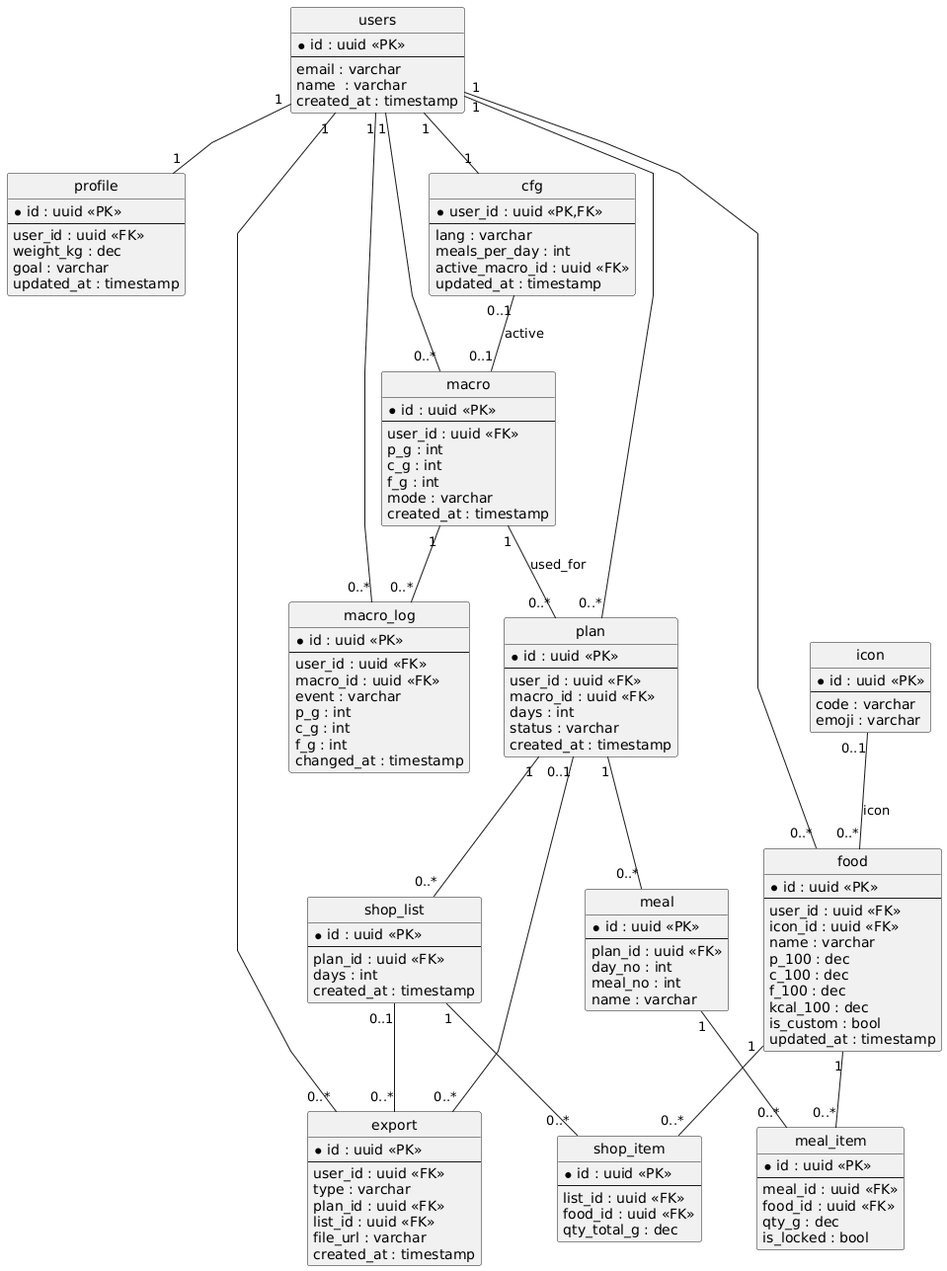
Earlier version of the PlantUML export docs/diagrams/erd.png (zlat1x/meal-planner). The source it was exported from:
```plantuml
@startuml
hide circle
skinparam shadowing false
skinparam linetype polyline
top to bottom direction

entity "users" as users {
  * id : uuid <<PK>>
  --
  email : varchar
  name  : varchar
  created_at : timestamp
}

entity "profile" as prof {
  * id : uuid <<PK>>
  --
  user_id : uuid <<FK>>
  weight_kg : dec
  goal : varchar
  updated_at : timestamp
}

entity "cfg" as cfg {
  * user_id : uuid <<PK,FK>>
  --
  lang : varchar
  meals_per_day : int
  active_macro_id : uuid <<FK>>
  updated_at : timestamp
}

entity "macro" as macro {
  * id : uuid <<PK>>
  --
  user_id : uuid <<FK>>
  p_g : int
  c_g : int
  f_g : int
  mode : varchar
  created_at : timestamp
}

entity "macro_log" as mlog {
  * id : uuid <<PK>>
  --
  user_id : uuid <<FK>>
  macro_id : uuid <<FK>>
  event : varchar
  p_g : int
  c_g : int
  f_g : int
  changed_at : timestamp
}

entity "icon" as icon {
  * id : uuid <<PK>>
  --
  code : varchar
  emoji : varchar
}

entity "food" as food {
  * id : uuid <<PK>>
  --
  user_id : uuid <<FK>>
  icon_id : uuid <<FK>>
  name : varchar
  p_100 : dec
  c_100 : dec
  f_100 : dec
  kcal_100 : dec
  is_custom : bool
  updated_at : timestamp
}

entity "plan" as plan {
  * id : uuid <<PK>>
  --
  user_id : uuid <<FK>>
  macro_id : uuid <<FK>>
  days : int
  status : varchar
  created_at : timestamp
}

entity "meal" as meal {
  * id : uuid <<PK>>
  --
  plan_id : uuid <<FK>>
  day_no : int
  meal_no : int
  name : varchar
}

entity "meal_item" as mi {
  * id : uuid <<PK>>
  --
  meal_id : uuid <<FK>>
  food_id : uuid <<FK>>
  qty_g : dec
  is_locked : bool
}

entity "shop_list" as sl {
  * id : uuid <<PK>>
  --
  plan_id : uuid <<FK>>
  days : int
  created_at : timestamp
}

entity "shop_item" as si {
  * id : uuid <<PK>>
  --
  list_id : uuid <<FK>>
  food_id : uuid <<FK>>
  qty_total_g : dec
}

entity "export" as ex {
  * id : uuid <<PK>>
  --
  user_id : uuid <<FK>>
  type : varchar
  plan_id : uuid <<FK>>
  list_id : uuid <<FK>>
  file_url : varchar
  created_at : timestamp
}


users "1" -- "1"     cfg
users "1" -- "1"     prof
users "1" -- "0..*"  macro
users "1" -- "0..*"  food
users "1" -- "0..*"  plan
users "1" -- "0..*"  ex

users "1" -- "0..*"  mlog
macro "1" -- "0..*"  mlog

cfg   "0..1" -- "0..1" macro : active

macro "1"    -- "0..*" plan  : used_for

icon  "0..1" -- "0..*" food  : icon

plan  "1"    -- "0..*" meal
meal  "1"    -- "0..*" mi
food  "1"    -- "0..*" mi

plan  "1"    -- "0..*" sl
sl    "1"    -- "0..*" si
food  "1"    -- "0..*" si

plan "0..1" -- "0..*" ex
sl   "0..1" -- "0..*" ex
@enduml
```
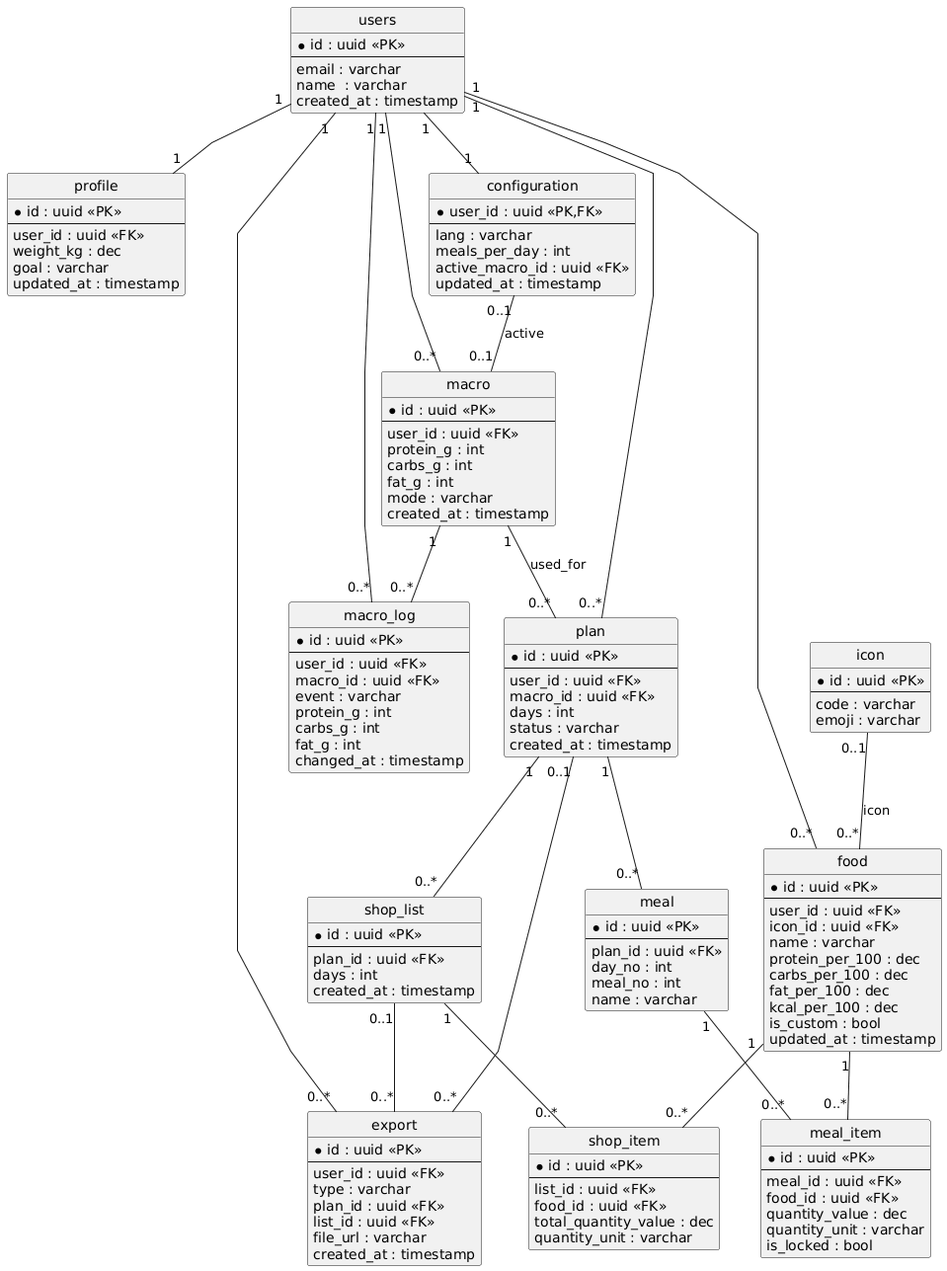
Later version of the same file.

Commit message:
update ERD and use-case diagrams

The edit, as a diff of the source:
```diff
@@ -21,7 +21,7 @@
   updated_at : timestamp
 }
 
-entity "cfg" as cfg {
+entity "configuration" as cfg {
   * user_id : uuid <<PK,FK>>
   --
   lang : varchar
@@ -34,9 +34,9 @@
   * id : uuid <<PK>>
   --
   user_id : uuid <<FK>>
-  p_g : int
-  c_g : int
-  f_g : int
+  protein_g : int
+  carbs_g : int
+  fat_g : int
   mode : varchar
   created_at : timestamp
 }
@@ -47,9 +47,9 @@
   user_id : uuid <<FK>>
   macro_id : uuid <<FK>>
   event : varchar
-  p_g : int
-  c_g : int
-  f_g : int
+  protein_g : int
+  carbs_g : int
+  fat_g : int
   changed_at : timestamp
 }
 
@@ -66,10 +66,10 @@
   user_id : uuid <<FK>>
   icon_id : uuid <<FK>>
   name : varchar
-  p_100 : dec
-  c_100 : dec
-  f_100 : dec
-  kcal_100 : dec
+  protein_per_100 : dec
+  carbs_per_100 : dec
+  fat_per_100 : dec
+  kcal_per_100 : dec
   is_custom : bool
   updated_at : timestamp
 }
@@ -98,7 +98,8 @@
   --
   meal_id : uuid <<FK>>
   food_id : uuid <<FK>>
-  qty_g : dec
+  quantity_value : dec
+  quantity_unit : varchar
   is_locked : bool
 }
 
@@ -115,7 +116,8 @@
   --
   list_id : uuid <<FK>>
   food_id : uuid <<FK>>
-  qty_total_g : dec
+  total_quantity_value : dec
+  quantity_unit : varchar
 }
 
 entity "export" as ex {
@@ -128,7 +130,6 @@
   file_url : varchar
   created_at : timestamp
 }
-
 
 users "1" -- "1"     cfg
 users "1" -- "1"     prof
```
